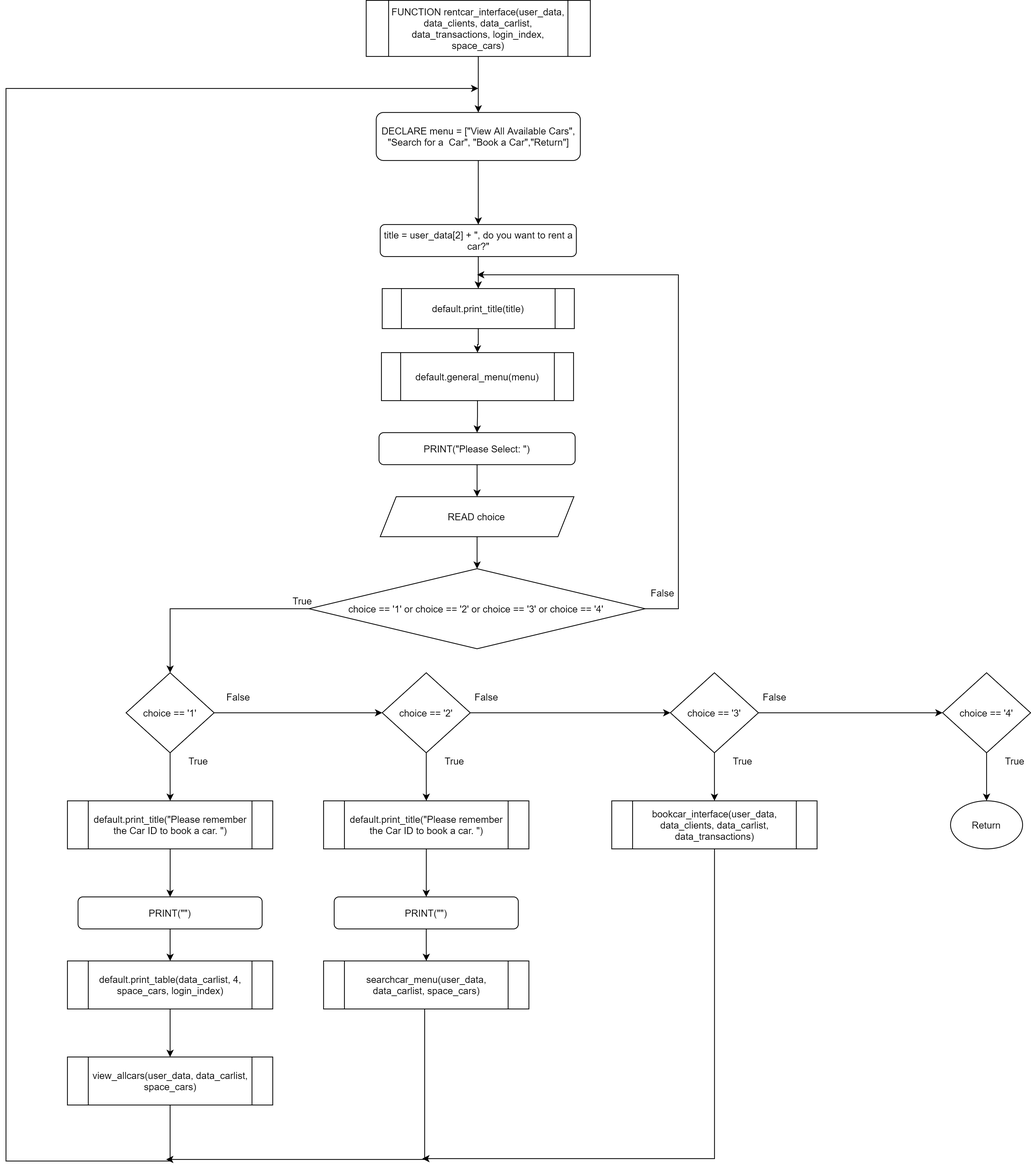
Above: Flowchart/clients/rentcar_interface.png in RabbitBear00/Car-Rental-System (draw.io), before the change. Source tidied: cells renumbered, new cells last; positions are measured from the earlier drawing's top-left corner, leaving out a move shared by most shapes.
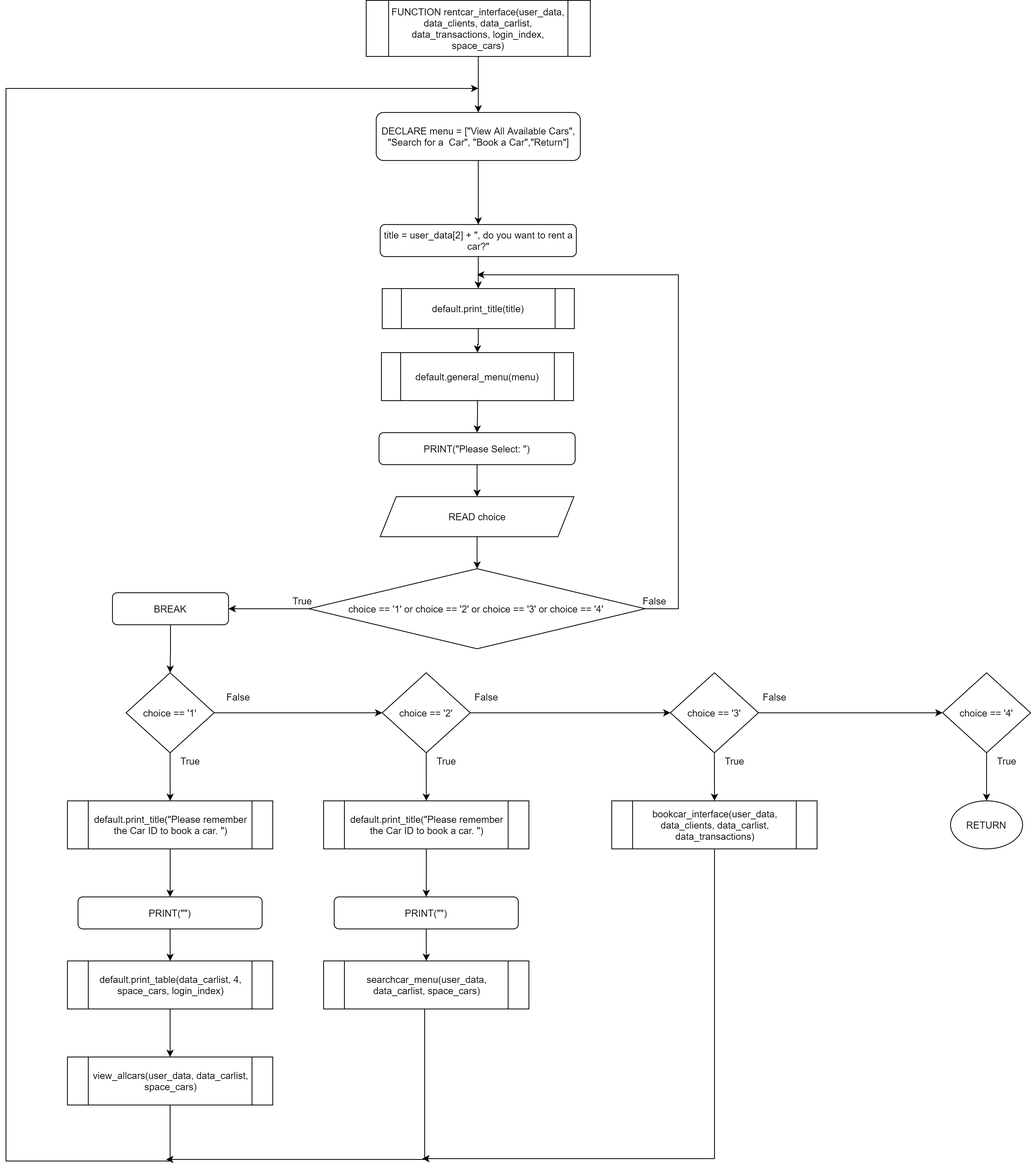
Later version of the same file.

Change to the diagram source:
```diff
@@ -14,9 +14,6 @@
     <mxCell id="5" value="title = user_data[2] + &quot;, do you want to rent a car?&quot;" style="rounded=1;whiteSpace=wrap;html=1;" parent="1" vertex="1">
       <mxGeometry x="467.5" y="280" width="245" height="40" as="geometry" />
     </mxCell>
-    <mxCell id="6" style="edgeStyle=orthogonalEdgeStyle;rounded=0;jettySize=auto;html=1;exitX=0;exitY=0.5;exitDx=0;exitDy=0;entryX=0.5;entryY=0;entryDx=0;entryDy=0;" parent="1" edge="1" source="8" target="15">
-      <mxGeometry relative="1" as="geometry" />
-    </mxCell>
     <mxCell id="7" style="edgeStyle=orthogonalEdgeStyle;rounded=0;jettySize=auto;html=1;endArrow=classic;endFill=1;" parent="1" edge="1" source="8">
       <mxGeometry relative="1" as="geometry">
         <mxPoint x="588.5" y="342.8" as="targetPoint" />
@@ -26,6 +23,9 @@
         </Array>
       </mxGeometry>
     </mxCell>
+    <mxCell id="56" style="edgeStyle=orthogonalEdgeStyle;rounded=0;jettySize=auto;html=1;" parent="1" edge="1" source="8" target="58">
+      <mxGeometry relative="1" as="geometry" />
+    </mxCell>
     <mxCell id="8" value="choice == '1' or choice == '2' or choice == '3' or choice == '4'&amp;nbsp;" style="rhombus;whiteSpace=wrap;html=1;" parent="1" vertex="1">
       <mxGeometry x="378.5" y="710" width="420" height="100" as="geometry" />
     </mxCell>
@@ -75,7 +75,7 @@
       <mxGeometry x="1170" y="840" width="110" height="100" as="geometry" />
     </mxCell>
     <mxCell id="24" value="False" style="text;html=1;align=center;verticalAlign=middle;strokeColor=none;" parent="1" vertex="1">
-      <mxGeometry x="800" y="730" width="40" height="20" as="geometry" />
+      <mxGeometry x="790" y="740" width="40" height="20" as="geometry" />
     </mxCell>
     <mxCell id="25" value="True" style="text;html=1;align=center;verticalAlign=middle;strokeColor=none;" parent="1" vertex="1">
       <mxGeometry x="350" y="740" width="40" height="20" as="geometry" />
@@ -90,18 +90,18 @@
       <mxGeometry x="940" y="860" width="40" height="20" as="geometry" />
     </mxCell>
     <mxCell id="29" value="True" style="text;html=1;align=center;verticalAlign=middle;strokeColor=none;" parent="1" vertex="1">
-      <mxGeometry x="220" y="940" width="40" height="20" as="geometry" />
+      <mxGeometry x="210" y="940" width="40" height="20" as="geometry" />
     </mxCell>
     <mxCell id="30" value="True" style="text;html=1;align=center;verticalAlign=middle;strokeColor=none;" parent="1" vertex="1">
-      <mxGeometry x="540" y="940" width="40" height="20" as="geometry" />
+      <mxGeometry x="530" y="940" width="40" height="20" as="geometry" />
     </mxCell>
     <mxCell id="31" value="True" style="text;html=1;align=center;verticalAlign=middle;strokeColor=none;" parent="1" vertex="1">
-      <mxGeometry x="900" y="940" width="40" height="20" as="geometry" />
+      <mxGeometry x="890" y="940" width="40" height="20" as="geometry" />
     </mxCell>
     <mxCell id="32" value="True" style="text;html=1;align=center;verticalAlign=middle;strokeColor=none;" parent="1" vertex="1">
-      <mxGeometry x="1240" y="940" width="40" height="20" as="geometry" />
+      <mxGeometry x="1230" y="940" width="40" height="20" as="geometry" />
     </mxCell>
-    <mxCell id="33" value="Return" style="ellipse;whiteSpace=wrap;html=1;" parent="1" vertex="1">
+    <mxCell id="33" value="RETURN" style="ellipse;whiteSpace=wrap;html=1;" parent="1" vertex="1">
       <mxGeometry x="1180" y="1000" width="90" height="60" as="geometry" />
     </mxCell>
     <mxCell id="34" style="edgeStyle=orthogonalEdgeStyle;rounded=0;jettySize=auto;html=1;endArrow=classic;endFill=1;" parent="1" edge="1" source="35" target="37">
@@ -189,5 +189,11 @@
     <mxCell id="55" value="FUNCTION rentcar_interface(user_data, data_clients, data_carlist, data_transactions, login_index, space_cars)" style="shape=process;whiteSpace=wrap;html=1;backgroundOutline=1;" parent="1" vertex="1">
       <mxGeometry x="450" width="280" height="70" as="geometry" />
     </mxCell>
+    <mxCell id="57" style="edgeStyle=orthogonalEdgeStyle;rounded=0;jettySize=auto;html=1;" parent="1" edge="1" source="58" target="15">
+      <mxGeometry relative="1" as="geometry" />
+    </mxCell>
+    <mxCell id="58" value="BREAK" style="rounded=1;whiteSpace=wrap;html=1;" parent="1" vertex="1">
+      <mxGeometry x="133" y="740" width="145" height="40" as="geometry" />
+    </mxCell>
   </root>
 </mxGraphModel>
```
